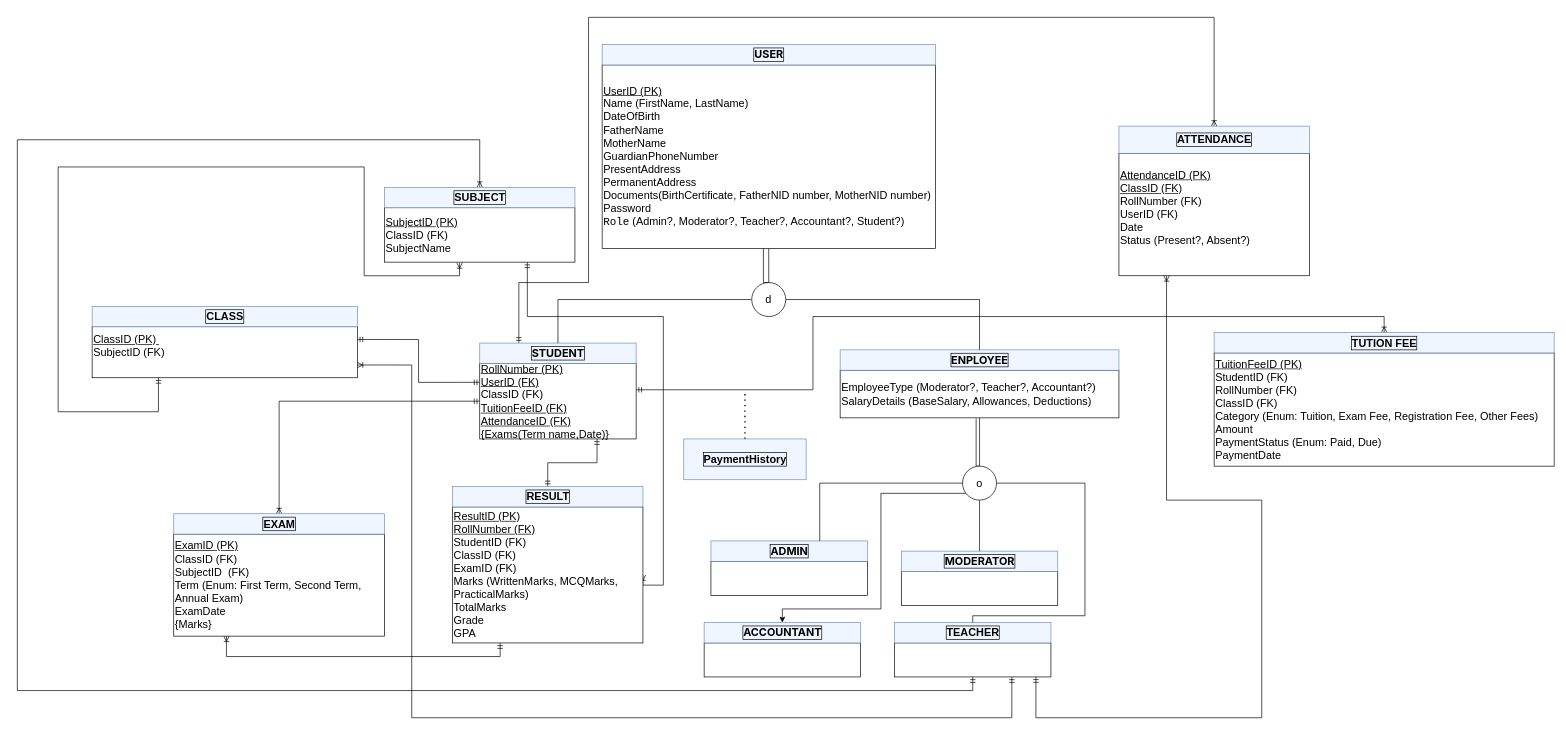
Above: ERD.drawio in Shahduzzaman/School_Management_Web_Application (draw.io), before the change. Source tidied: cells renumbered, new cells numbered last; positions are measured from the earlier drawing's top-left corner, leaving out a move shared by most shapes. Both pictures are drawn from the tidied source at 68%, with x=0, y=0 at pixel (17, 17).
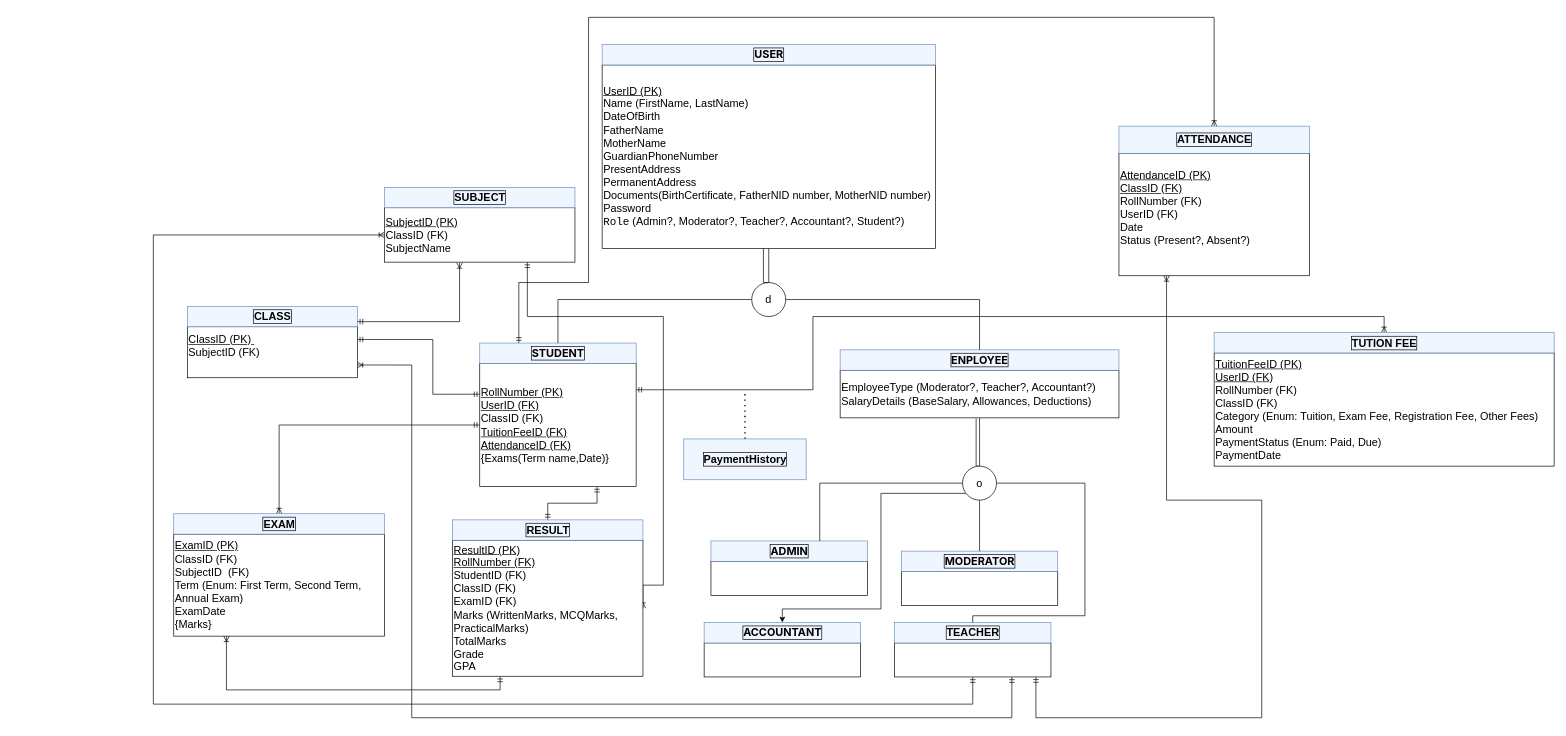
The same page after the edit.

The change refers to these unchanged cells:
```xml
<mxCell id="18" value="&lt;div style=&quot;font-size: 16px;&quot;&gt;&lt;br&gt;&lt;/div&gt;" style="rounded=0;whiteSpace=wrap;html=1;align=left;fontSize=16;" parent="1" vertex="1">
  <mxGeometry x="1290" y="920" width="230" height="50" as="geometry" />
</mxCell>
<mxCell id="23" value="&lt;div style=&quot;font-size: 16px;&quot;&gt;&lt;u style=&quot;font-size: 16px;&quot;&gt;SubjectID (PK)&lt;/u&gt;&lt;/div&gt;&lt;div style=&quot;font-size: 16px;&quot;&gt;&lt;span style=&quot;background-color: initial;&quot;&gt;ClassID (FK)&lt;/span&gt;&lt;/div&gt;&lt;div style=&quot;font-size: 16px;&quot;&gt;SubjectName&amp;nbsp;&lt;/div&gt;" style="rounded=0;whiteSpace=wrap;html=1;align=left;fontSize=16;" parent="1" vertex="1">
  <mxGeometry x="540" y="280" width="280" height="80" as="geometry" />
</mxCell>
<mxCell id="24" value="&lt;div style=&quot;font-size: 16px;&quot;&gt;SUBJECT&lt;/div&gt;" style="rounded=0;html=1;fontSize=16;fontStyle=1;align=center;fillColor=#f0f6ff;strokeColor=#6c8ebf;fontColor=#000000;labelBackgroundColor=none;labelBorderColor=default;" parent="1" vertex="1">
  <mxGeometry x="540" y="250" width="280" height="30" as="geometry" />
</mxCell>
```

Change to the diagram source:
```diff
@@
     <mxCell id="5" style="edgeStyle=orthogonalEdgeStyle;rounded=0;jettySize=auto;html=1;exitX=0;exitY=0.25;exitDx=0;exitDy=0;entryX=1;entryY=0.25;entryDx=0;entryDy=0;startArrow=ERmandOne;startFill=0;endArrow=ERmandOne;endFill=0;fontSize=16;align=left;" parent="1" edge="1" source="8" target="20">
-      <mxGeometry relative="1" as="geometry" />
+      <mxGeometry relative="1" as="geometry">
+        <Array as="points">
+          <mxPoint x="611" y="554" />
+          <mxPoint x="611" y="474" />
+        </Array>
+      </mxGeometry>
     </mxCell>
@@
     <mxCell id="8" value="&lt;div style=&quot;font-size: 16px;&quot;&gt;&lt;u style=&quot;font-size: 16px;&quot;&gt;RollNumber (PK)&lt;/u&gt;&lt;/div&gt;&lt;div style=&quot;font-size: 16px;&quot;&gt;&lt;u style=&quot;font-size: 16px;&quot;&gt;UserID (FK)&lt;/u&gt;&lt;/div&gt;&lt;div style=&quot;font-size: 16px;&quot;&gt;&lt;span style=&quot;background-color: initial;&quot;&gt;ClassID (FK)&lt;/span&gt;&lt;/div&gt;&lt;div style=&quot;font-size: 16px;&quot;&gt;&lt;div&gt;&lt;u&gt;TuitionFeeID (FK)&lt;/u&gt;&lt;/div&gt;&lt;div&gt;&lt;u&gt;AttendanceID (FK)&lt;/u&gt;&lt;u&gt;&lt;br&gt;&lt;/u&gt;&lt;/div&gt;&lt;/div&gt;&lt;div style=&quot;font-size: 16px;&quot;&gt;{Exams(Term name,Date)}&amp;nbsp;&lt;/div&gt;" style="rounded=0;whiteSpace=wrap;html=1;align=left;fontSize=16;" parent="1" vertex="1">
-      <mxGeometry x="680" y="509" width="230" height="111" as="geometry" />
+      <mxGeometry x="680" y="509" width="230" height="181" as="geometry" />
     </mxCell>
@@
-    <mxCell id="16" style="edgeStyle=orthogonalEdgeStyle;rounded=0;jettySize=auto;html=1;exitX=0.5;exitY=1;exitDx=0;exitDy=0;entryX=0.5;entryY=0;entryDx=0;entryDy=0;startArrow=ERmandOne;startFill=0;endArrow=ERoneToMany;endFill=0;" parent="1" edge="1" source="18" target="24">
+    <mxCell id="16" style="edgeStyle=orthogonalEdgeStyle;rounded=0;jettySize=auto;html=1;exitX=0.5;exitY=1;exitDx=0;exitDy=0;entryX=0;entryY=0.5;entryDx=0;entryDy=0;startArrow=ERmandOne;startFill=0;endArrow=ERoneToMany;endFill=0;" parent="1" edge="1" source="18" target="23">
       <mxGeometry relative="1" as="geometry">
         <Array as="points">
-          <mxPoint x="1405" y="990" />
-          <mxPoint y="990" />
-          <mxPoint y="180" />
-          <mxPoint x="680" y="180" />
+          <mxPoint x="1405" y="1010" />
+          <mxPoint x="200" y="1010" />
+          <mxPoint x="200" y="320" />
         </Array>
       </mxGeometry>
     </mxCell>
@@
     <mxCell id="20" value="&lt;div style=&quot;font-size: 16px;&quot;&gt;&lt;u style=&quot;font-size: 16px;&quot;&gt;ClassID (PK)&amp;nbsp;&lt;/u&gt;&lt;/div&gt;&lt;div style=&quot;font-size: 16px;&quot;&gt;SubjectID (FK)&lt;/div&gt;&lt;div style=&quot;font-size: 16px;&quot;&gt;&amp;nbsp;&lt;/div&gt;" style="rounded=0;whiteSpace=wrap;html=1;align=left;fontSize=16;" parent="1" vertex="1">
-      <mxGeometry x="110" y="455" width="390" height="75" as="geometry" />
+      <mxGeometry x="250" y="455" width="250" height="75" as="geometry" />
     </mxCell>
     <mxCell id="21" value="&lt;div style=&quot;font-size: 16px;&quot;&gt;CLASS&lt;/div&gt;" style="rounded=0;html=1;fontSize=16;fontStyle=1;align=center;fillColor=#f0f6ff;strokeColor=#6c8ebf;fontColor=#000000;labelBackgroundColor=none;labelBorderColor=default;" parent="1" vertex="1">
-      <mxGeometry x="110" y="425" width="390" height="30" as="geometry" />
+      <mxGeometry x="250" y="425" width="250" height="30" as="geometry" />
     </mxCell>
@@
-    <mxCell id="38" value="&lt;div style=&quot;font-size: 16px;&quot;&gt;&lt;u style=&quot;font-size: 16px;&quot;&gt;TuitionFeeID (PK)&lt;/u&gt;&lt;/div&gt;&lt;div style=&quot;font-size: 16px;&quot;&gt;StudentID (FK)&lt;/div&gt;&lt;div style=&quot;font-size: 16px;&quot;&gt;RollNumber (FK)&lt;/div&gt;&lt;div style=&quot;font-size: 16px;&quot;&gt;ClassID (FK)&lt;/div&gt;&lt;div style=&quot;font-size: 16px;&quot;&gt;Category (Enum: Tuition, Exam Fee, Registration Fee, Other Fees)&lt;/div&gt;&lt;div style=&quot;font-size: 16px;&quot;&gt;Amount&lt;/div&gt;&lt;div style=&quot;font-size: 16px;&quot;&gt;PaymentStatus (Enum: Paid, Due)&lt;/div&gt;&lt;div style=&quot;font-size: 16px;&quot;&gt;PaymentDate&lt;/div&gt;" style="rounded=0;whiteSpace=wrap;html=1;align=left;fontSize=16;" parent="1" vertex="1">
+    <mxCell id="38" value="&lt;div style=&quot;font-size: 16px;&quot;&gt;&lt;u style=&quot;font-size: 16px;&quot;&gt;TuitionFeeID (PK)&lt;/u&gt;&lt;/div&gt;&lt;div style=&quot;font-size: 16px;&quot;&gt;&lt;u style=&quot;font-size: 16px;&quot;&gt;UserID (FK)&lt;/u&gt;&lt;/div&gt;&lt;div style=&quot;font-size: 16px;&quot;&gt;RollNumber (FK)&lt;/div&gt;&lt;div style=&quot;font-size: 16px;&quot;&gt;ClassID (FK)&lt;/div&gt;&lt;div style=&quot;font-size: 16px;&quot;&gt;Category (Enum: Tuition, Exam Fee, Registration Fee, Other Fees)&lt;/div&gt;&lt;div style=&quot;font-size: 16px;&quot;&gt;Amount&lt;/div&gt;&lt;div style=&quot;font-size: 16px;&quot;&gt;PaymentStatus (Enum: Paid, Due)&lt;/div&gt;&lt;div style=&quot;font-size: 16px;&quot;&gt;PaymentDate&lt;/div&gt;" style="rounded=0;whiteSpace=wrap;html=1;align=left;fontSize=16;" parent="1" vertex="1">
       <mxGeometry x="1760" y="493.5" width="500" height="166.5" as="geometry" />
     </mxCell>
@@
     <mxCell id="42" value="&lt;div style=&quot;font-size: 16px;&quot;&gt;&lt;u style=&quot;font-size: 16px;&quot;&gt;ResultID (PK)&lt;/u&gt;&lt;/div&gt;&lt;div style=&quot;font-size: 16px;&quot;&gt;&lt;u style=&quot;font-size: 16px;&quot;&gt;RollNumber (FK)&lt;/u&gt;&lt;/div&gt;&lt;div style=&quot;font-size: 16px;&quot;&gt;StudentID (FK)&amp;nbsp;&amp;nbsp;&lt;/div&gt;&lt;div style=&quot;font-size: 16px;&quot;&gt;ClassID (FK)&lt;/div&gt;&lt;div style=&quot;font-size: 16px;&quot;&gt;ExamID (FK)&amp;nbsp;&lt;/div&gt;&lt;div style=&quot;font-size: 16px;&quot;&gt;Marks (WrittenMarks, MCQMarks, PracticalMarks)&lt;/div&gt;&lt;div style=&quot;font-size: 16px;&quot;&gt;TotalMarks&lt;/div&gt;&lt;div style=&quot;font-size: 16px;&quot;&gt;Grade&amp;nbsp;&lt;/div&gt;&lt;div style=&quot;font-size: 16px;&quot;&gt;GPA&lt;/div&gt;" style="rounded=0;whiteSpace=wrap;html=1;align=left;fontSize=16;" parent="1" vertex="1">
-      <mxGeometry x="640" y="720" width="280" height="200" as="geometry" />
+      <mxGeometry x="640" y="769" width="280" height="200" as="geometry" />
     </mxCell>
     <mxCell id="43" value="&lt;div style=&quot;font-size: 16px;&quot;&gt;RESULT&lt;/div&gt;" style="rounded=0;html=1;fontSize=16;fontStyle=1;align=center;fillColor=#f0f6ff;strokeColor=#6c8ebf;fontColor=#000000;labelBackgroundColor=none;labelBorderColor=default;" parent="1" vertex="1">
-      <mxGeometry x="640" y="690" width="280" height="30" as="geometry" />
+      <mxGeometry x="640" y="739" width="280" height="30" as="geometry" />
     </mxCell>
@@
-    <mxCell id="46" style="edgeStyle=orthogonalEdgeStyle;rounded=0;jettySize=auto;html=1;exitX=0.25;exitY=1;exitDx=0;exitDy=0;entryX=0.394;entryY=1.012;entryDx=0;entryDy=0;entryPerimeter=0;endArrow=ERoneToMany;endFill=0;startArrow=ERmandOne;startFill=0;" parent="1" edge="1" source="20" target="23">
+    <mxCell id="46" style="edgeStyle=orthogonalEdgeStyle;rounded=0;jettySize=auto;html=1;exitX=1;exitY=0.75;exitDx=0;exitDy=0;entryX=0.394;entryY=1.012;entryDx=0;entryDy=0;entryPerimeter=0;endArrow=ERoneToMany;endFill=0;startArrow=ERmandOne;startFill=0;" parent="1" edge="1" source="21" target="23">
       <mxGeometry relative="1" as="geometry">
         <Array as="points">
-          <mxPoint x="208" y="580" />
-          <mxPoint x="60" y="580" />
-          <mxPoint x="60" y="220" />
-          <mxPoint x="510" y="220" />
-          <mxPoint x="510" y="380" />
-          <mxPoint x="650" y="380" />
+          <mxPoint x="650" y="448" />
         </Array>
       </mxGeometry>
     </mxCell>
```
